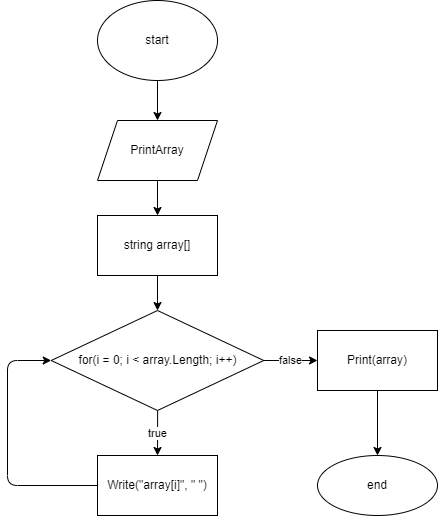
Above: PrintArray.drawio.png in NikolaySemin/ItogiBloka (draw.io), before the change. Source tidied: cells renumbered, new cells last; positions are measured from the earlier drawing's top-left corner, leaving out a move shared by most shapes. The source it was exported from:
```xml
<mxGraphModel>
  <root>
    <mxCell id="0" />
    <mxCell id="1" parent="0" />
    <mxCell id="2" style="edgeStyle=orthogonalEdgeStyle;html=1;exitX=0.5;exitY=1;exitDx=0;exitDy=0;entryX=0.5;entryY=0;entryDx=0;entryDy=0;" parent="1" edge="1" source="3" target="5">
      <mxGeometry relative="1" as="geometry" />
    </mxCell>
    <mxCell id="3" value="start" style="ellipse;whiteSpace=wrap;html=1;" parent="1" vertex="1">
      <mxGeometry x="90" width="120" height="80" as="geometry" />
    </mxCell>
    <mxCell id="4" style="edgeStyle=orthogonalEdgeStyle;html=1;" parent="1" edge="1" source="5" target="7">
      <mxGeometry relative="1" as="geometry" />
    </mxCell>
    <mxCell id="5" value="PrintArray" style="shape=parallelogram;perimeter=parallelogramPerimeter;whiteSpace=wrap;html=1;fixedSize=1;" parent="1" vertex="1">
      <mxGeometry x="90" y="120" width="120" height="60" as="geometry" />
    </mxCell>
    <mxCell id="6" style="edgeStyle=orthogonalEdgeStyle;html=1;entryX=0.5;entryY=0;entryDx=0;entryDy=0;" parent="1" edge="1" source="7" target="10">
      <mxGeometry relative="1" as="geometry" />
    </mxCell>
    <mxCell id="7" value="string array[]" style="whiteSpace=wrap;html=1;" parent="1" vertex="1">
      <mxGeometry x="90" y="215" width="120" height="60" as="geometry" />
    </mxCell>
    <mxCell id="8" value="false" style="edgeStyle=orthogonalEdgeStyle;html=1;" parent="1" edge="1" source="10" target="12">
      <mxGeometry relative="1" as="geometry" />
    </mxCell>
    <mxCell id="9" value="true" style="edgeStyle=orthogonalEdgeStyle;html=1;" parent="1" edge="1" source="10" target="14">
      <mxGeometry relative="1" as="geometry" />
    </mxCell>
    <mxCell id="10" value="for(i = 0; i &amp;lt; array.Length; i++)" style="rhombus;whiteSpace=wrap;html=1;" parent="1" vertex="1">
      <mxGeometry x="43.8" y="310" width="212.5" height="100" as="geometry" />
    </mxCell>
    <mxCell id="11" style="edgeStyle=orthogonalEdgeStyle;html=1;" parent="1" edge="1" source="12" target="15">
      <mxGeometry relative="1" as="geometry" />
    </mxCell>
    <mxCell id="12" value="Print(array)" style="whiteSpace=wrap;html=1;" parent="1" vertex="1">
      <mxGeometry x="310" y="330" width="120" height="60" as="geometry" />
    </mxCell>
    <mxCell id="13" style="edgeStyle=orthogonalEdgeStyle;html=1;exitX=0;exitY=0.5;exitDx=0;exitDy=0;entryX=0;entryY=0.5;entryDx=0;entryDy=0;" parent="1" edge="1" source="14" target="10">
      <mxGeometry relative="1" as="geometry">
        <Array as="points">
          <mxPoint y="485" />
          <mxPoint y="360" />
        </Array>
      </mxGeometry>
    </mxCell>
    <mxCell id="14" value="Write(&quot;array[i]&quot;, &quot; &quot;)" style="whiteSpace=wrap;html=1;" parent="1" vertex="1">
      <mxGeometry x="90" y="455" width="120" height="60" as="geometry" />
    </mxCell>
    <mxCell id="15" value="end" style="ellipse;whiteSpace=wrap;html=1;" parent="1" vertex="1">
      <mxGeometry x="310" y="455" width="120" height="60" as="geometry" />
    </mxCell>
  </root>
</mxGraphModel>
```
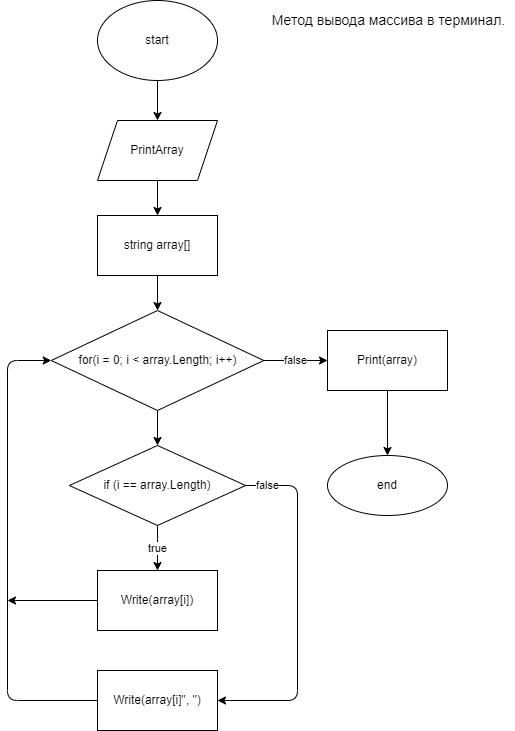
Above is the later version.

Commit message:
corrected PrintArray

Diff of the diagram source:
```diff
@@ -23,9 +23,9 @@
     <mxCell id="8" value="false" style="edgeStyle=orthogonalEdgeStyle;html=1;" parent="1" edge="1" source="10" target="12">
       <mxGeometry relative="1" as="geometry" />
     </mxCell>
-    <mxCell id="9" value="true" style="edgeStyle=orthogonalEdgeStyle;html=1;" parent="1" edge="1" source="10" target="14">
-      <mxGeometry relative="1" as="geometry" />
-    </mxCell>
+    <mxCell id="16" style="edgeStyle=none;html=1;" parent="1" edge="1" source="10" target="18">
+      <mxGeometry relative="1" as="geometry" />
+    </mxCell>
     <mxCell id="10" value="for(i = 0; i &amp;lt; array.Length; i++)" style="rhombus;whiteSpace=wrap;html=1;" parent="1" vertex="1">
       <mxGeometry x="43.8" y="310" width="212.5" height="100" as="geometry" />
     </mxCell>
@@ -33,21 +33,46 @@
       <mxGeometry relative="1" as="geometry" />
     </mxCell>
     <mxCell id="12" value="Print(array)" style="whiteSpace=wrap;html=1;" parent="1" vertex="1">
-      <mxGeometry x="310" y="330" width="120" height="60" as="geometry" />
+      <mxGeometry x="320" y="330" width="120" height="60" as="geometry" />
     </mxCell>
     <mxCell id="13" style="edgeStyle=orthogonalEdgeStyle;html=1;exitX=0;exitY=0.5;exitDx=0;exitDy=0;entryX=0;entryY=0.5;entryDx=0;entryDy=0;" parent="1" edge="1" source="14" target="10">
       <mxGeometry relative="1" as="geometry">
         <Array as="points">
-          <mxPoint y="485" />
+          <mxPoint y="700" />
           <mxPoint y="360" />
         </Array>
       </mxGeometry>
     </mxCell>
-    <mxCell id="14" value="Write(&quot;array[i]&quot;, &quot; &quot;)" style="whiteSpace=wrap;html=1;" parent="1" vertex="1">
-      <mxGeometry x="90" y="455" width="120" height="60" as="geometry" />
+    <mxCell id="14" value="Write(array[i]&quot;, &quot;)" style="whiteSpace=wrap;html=1;" parent="1" vertex="1">
+      <mxGeometry x="90" y="670" width="120" height="60" as="geometry" />
     </mxCell>
     <mxCell id="15" value="end" style="ellipse;whiteSpace=wrap;html=1;" parent="1" vertex="1">
-      <mxGeometry x="310" y="455" width="120" height="60" as="geometry" />
+      <mxGeometry x="320" y="455" width="120" height="60" as="geometry" />
     </mxCell>
+    <mxCell id="9" value="true" style="edgeStyle=none;html=1;" parent="1" edge="1" source="18" target="20">
+      <mxGeometry relative="1" as="geometry" />
+    </mxCell>
+    <mxCell id="17" value="false" style="edgeStyle=orthogonalEdgeStyle;html=1;exitX=1;exitY=0.5;exitDx=0;exitDy=0;entryX=1;entryY=0.5;entryDx=0;entryDy=0;" parent="1" edge="1" source="18" target="14">
+      <mxGeometry x="-0.87" relative="1" as="geometry">
+        <Array as="points">
+          <mxPoint x="290" y="485" />
+          <mxPoint x="290" y="700" />
+        </Array>
+      </mxGeometry>
+    </mxCell>
+    <mxCell id="18" value="if (i ==&amp;nbsp;array.Length)" style="rhombus;whiteSpace=wrap;html=1;" parent="1" vertex="1">
+      <mxGeometry x="61.9" y="445" width="176.2" height="80" as="geometry" />
+    </mxCell>
+    <mxCell id="19" style="edgeStyle=orthogonalEdgeStyle;html=1;exitX=0;exitY=0.5;exitDx=0;exitDy=0;" parent="1" edge="1" source="20">
+      <mxGeometry relative="1" as="geometry">
+        <mxPoint y="600" as="targetPoint" />
+      </mxGeometry>
+    </mxCell>
+    <mxCell id="20" value="Write(array[i])" style="whiteSpace=wrap;html=1;" parent="1" vertex="1">
+      <mxGeometry x="90" y="570" width="120" height="60" as="geometry" />
+    </mxCell>
+    <mxCell id="21" value="&lt;font style=&quot;font-size: 14px&quot;&gt;Метод вывода массива в терминал.&lt;/font&gt;" style="text;html=1;align=center;verticalAlign=middle;strokeColor=none;fillColor=none;" parent="1" vertex="1">
+      <mxGeometry x="256.2" y="10" width="250" height="20" as="geometry" />
+    </mxCell>
   </root>
 </mxGraphModel>
```
